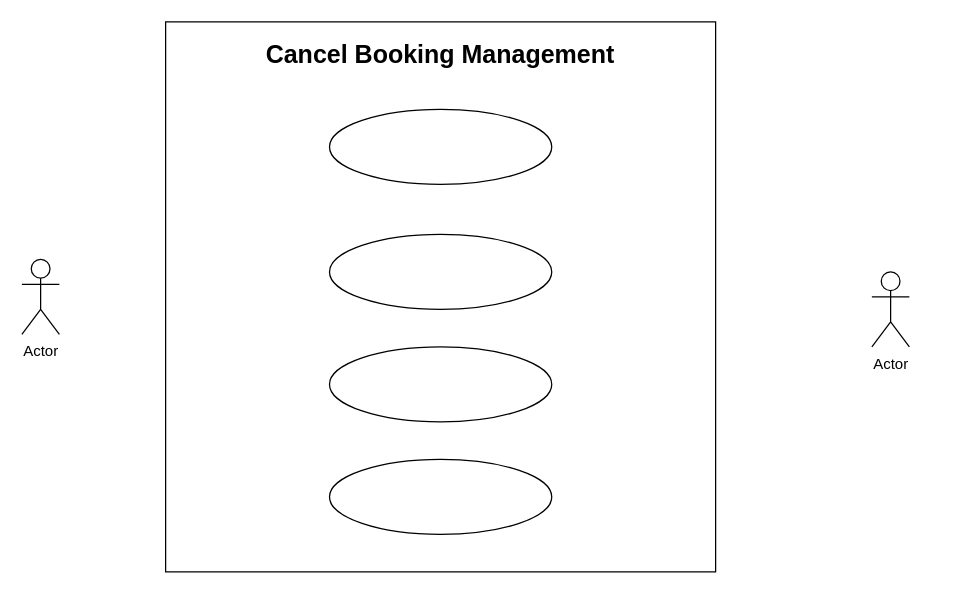
Before: Cancel-Booking.drawio in DuongHoang2111/se-mid-term, a draw.io diagram. Source tidied: cells renumbered, new cells numbered last; positions are measured from the earlier drawing's top-left corner, leaving out a move shared by most shapes. Both pictures are drawn from the tidied source at 125%, with x=0, y=0 at pixel (21, 21).
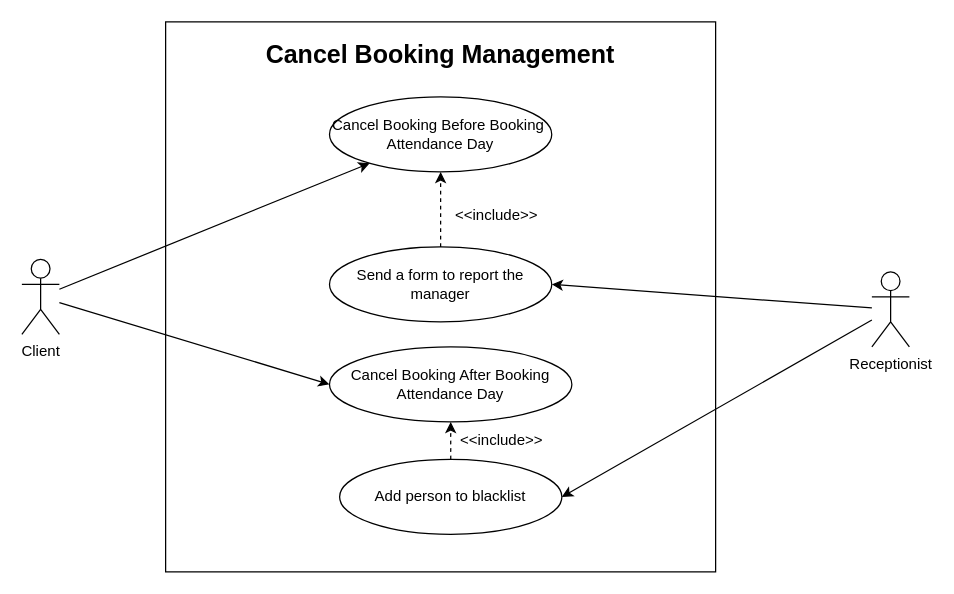
The same page after the edit.

Commit message:
Cập nhật Cancel-Booking.drawio

Diff of the diagram source:
```diff
@@
 <mxGraphModel>
   <root>
     <mxCell id="0" />
     <mxCell id="1" parent="0" />
     <mxCell id="2" style="whiteSpace=wrap;html=1;" parent="1" vertex="1">
       <mxGeometry x="115" width="440" height="440" as="geometry" />
     </mxCell>
     <mxCell id="3" value="Cancel Booking Management" style="text;html=1;strokeColor=none;fillColor=none;align=center;verticalAlign=middle;whiteSpace=wrap;rounded=0;fontSize=20;fontStyle=1;" parent="1" vertex="1">
       <mxGeometry x="160" y="10" width="350" height="30" as="geometry" />
     </mxCell>
-    <mxCell id="4" style="ellipse;whiteSpace=wrap;html=1;" parent="1" vertex="1">
-      <mxGeometry x="246.1" y="350" width="177.8" height="60" as="geometry" />
+    <mxCell id="4" value="Add person to blacklist" style="ellipse;whiteSpace=wrap;html=1;" parent="1" vertex="1">
+      <mxGeometry x="254.2" y="350" width="177.8" height="60" as="geometry" />
     </mxCell>
-    <mxCell id="5" style="ellipse;whiteSpace=wrap;html=1;" parent="1" vertex="1">
-      <mxGeometry x="246.1" y="260" width="177.8" height="60" as="geometry" />
+    <mxCell id="5" value="Cancel Booking After Booking Attendance Day" style="ellipse;whiteSpace=wrap;html=1;" parent="1" vertex="1">
+      <mxGeometry x="246.1" y="260" width="193.9" height="60" as="geometry" />
     </mxCell>
-    <mxCell id="6" style="ellipse;whiteSpace=wrap;html=1;" parent="1" vertex="1">
-      <mxGeometry x="246.1" y="170" width="177.8" height="60" as="geometry" />
+    <mxCell id="6" value="Send a form to report the manager" style="ellipse;whiteSpace=wrap;html=1;" parent="1" vertex="1">
+      <mxGeometry x="246.1" y="180" width="177.8" height="60" as="geometry" />
     </mxCell>
-    <mxCell id="7" style="ellipse;whiteSpace=wrap;html=1;" parent="1" vertex="1">
-      <mxGeometry x="246.1" y="70" width="177.8" height="60" as="geometry" />
+    <mxCell id="7" value="Cancel Booking Before Booking&amp;nbsp;&lt;br&gt;Attendance Day" style="ellipse;whiteSpace=wrap;html=1;" parent="1" vertex="1">
+      <mxGeometry x="246.1" y="60" width="177.8" height="60" as="geometry" />
     </mxCell>
-    <mxCell id="8" value="Actor" style="shape=umlActor;verticalLabelPosition=bottom;verticalAlign=top;html=1;outlineConnect=0;" parent="1" vertex="1">
+    <mxCell id="8" value="Client" style="shape=umlActor;verticalLabelPosition=bottom;verticalAlign=top;html=1;outlineConnect=0;" parent="1" vertex="1">
       <mxGeometry y="190" width="30" height="60" as="geometry" />
     </mxCell>
-    <mxCell id="9" value="Actor" style="shape=umlActor;verticalLabelPosition=bottom;verticalAlign=top;html=1;outlineConnect=0;" parent="1" vertex="1">
+    <mxCell id="9" value="Receptionist" style="shape=umlActor;verticalLabelPosition=bottom;verticalAlign=top;html=1;outlineConnect=0;" parent="1" vertex="1">
       <mxGeometry x="680" y="200" width="30" height="60" as="geometry" />
     </mxCell>
+    <mxCell id="10" style="endArrow=classic;html=1;rounded=0;" parent="1" edge="1" source="8" target="7">
+      <mxGeometry relative="1" as="geometry" />
+    </mxCell>
+    <mxCell id="11" style="endArrow=classic;html=1;rounded=0;entryX=1;entryY=0.5;entryDx=0;entryDy=0;" parent="1" edge="1" source="9" target="6">
+      <mxGeometry relative="1" as="geometry" />
+    </mxCell>
+    <mxCell id="12" style="endArrow=classic;html=1;rounded=0;entryX=0;entryY=0.5;entryDx=0;entryDy=0;" parent="1" edge="1" source="8" target="5">
+      <mxGeometry relative="1" as="geometry" />
+    </mxCell>
+    <mxCell id="13" style="endArrow=classic;html=1;rounded=0;entryX=0.5;entryY=1;entryDx=0;entryDy=0;dashed=1;exitX=0.5;exitY=0;exitDx=0;exitDy=0;" parent="1" edge="1" source="6" target="7">
+      <mxGeometry relative="1" as="geometry" />
+    </mxCell>
+    <mxCell id="14" style="endArrow=classic;html=1;rounded=0;dashed=1;exitX=0.5;exitY=0;exitDx=0;exitDy=0;entryX=0.5;entryY=1;entryDx=0;entryDy=0;" parent="1" edge="1" source="4" target="5">
+      <mxGeometry relative="1" as="geometry" />
+    </mxCell>
+    <mxCell id="15" value="&amp;lt;&amp;lt;include&amp;gt;&amp;gt;" style="text;html=1;strokeColor=none;fillColor=none;align=center;verticalAlign=middle;whiteSpace=wrap;rounded=0;" parent="1" vertex="1">
+      <mxGeometry x="354" y="320" width="60" height="30" as="geometry" />
+    </mxCell>
+    <mxCell id="16" value="&amp;lt;&amp;lt;include&amp;gt;&amp;gt;" style="text;html=1;strokeColor=none;fillColor=none;align=center;verticalAlign=middle;whiteSpace=wrap;rounded=0;" parent="1" vertex="1">
+      <mxGeometry x="350" y="140" width="60" height="30" as="geometry" />
+    </mxCell>
+    <mxCell id="17" style="endArrow=classic;html=1;rounded=0;entryX=1;entryY=0.5;entryDx=0;entryDy=0;" parent="1" edge="1" source="9" target="4">
+      <mxGeometry relative="1" as="geometry" />
+    </mxCell>
   </root>
 </mxGraphModel>
```
